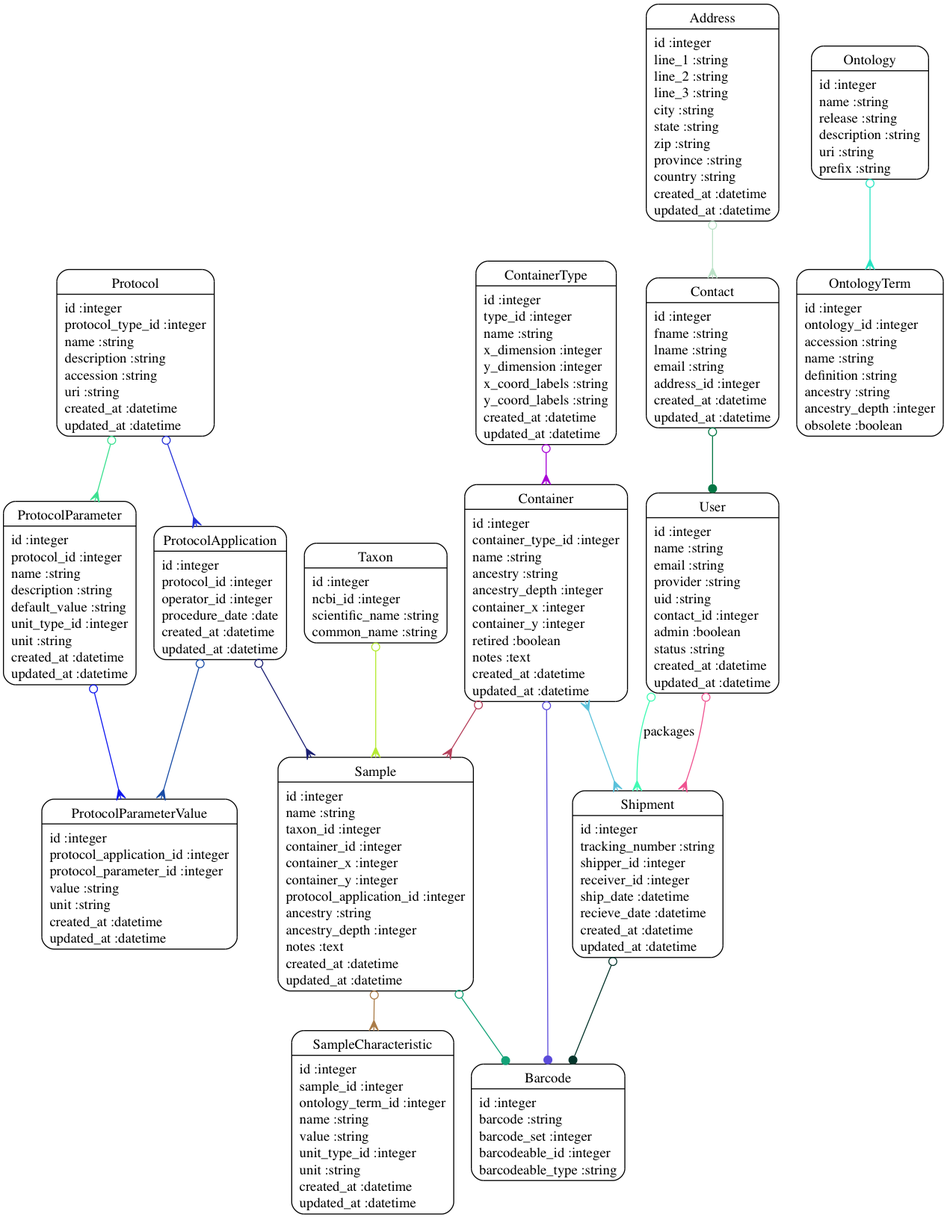
The Graphviz diagram models.png in dimitras/collos, before a commit. Its source is kept beside it as models.dot.
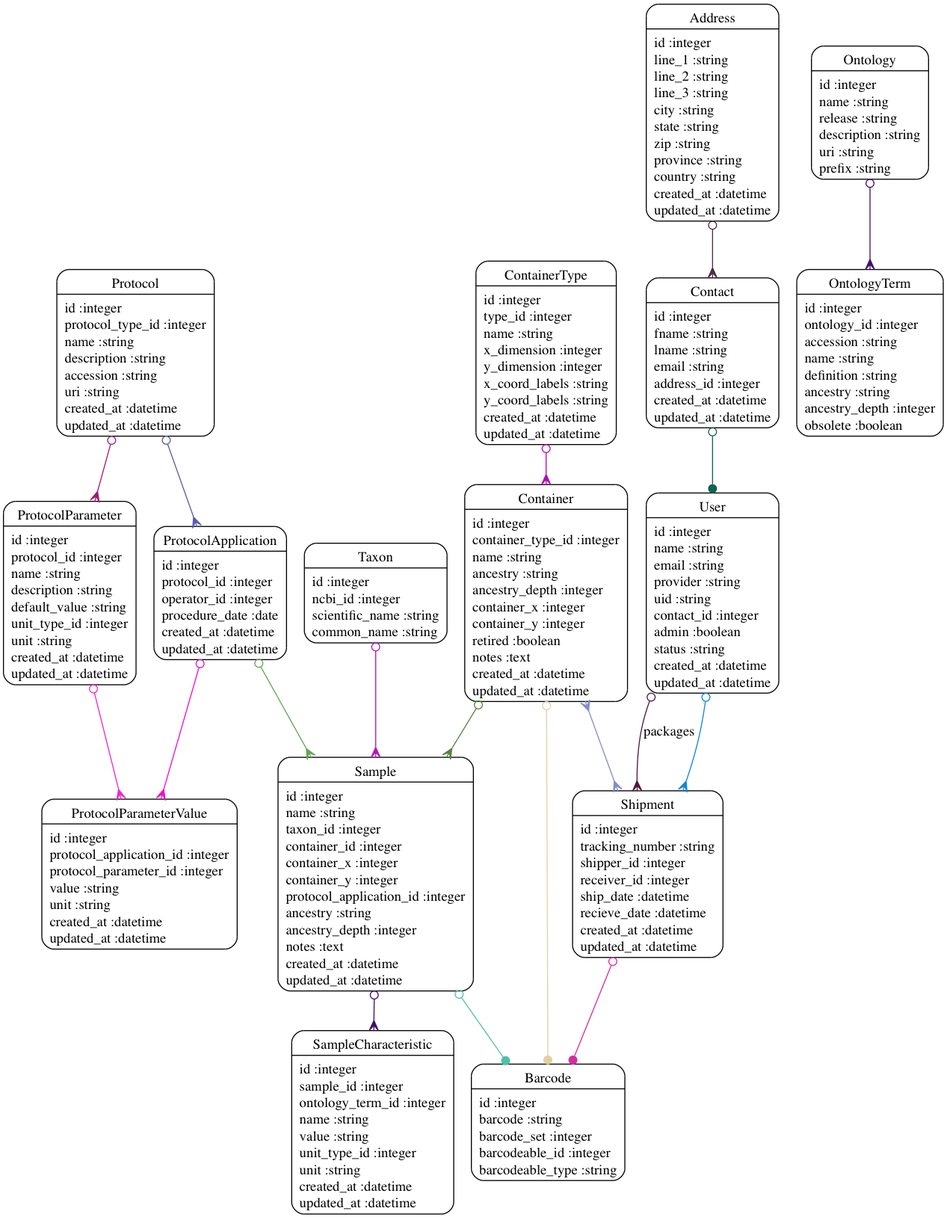
Above is the later version.

Diff of the diagram source:
```diff
@@ -16,22 +16,22 @@
 	"Shipment" [shape=Mrecord, label="{Shipment|id :integer\ltracking_number :string\lshipper_id :integer\lreceiver_id :integer\lship_date :datetime\lrecieve_date :datetime\lcreated_at :datetime\lupdated_at :datetime\l}"]
 	"Taxon" [shape=Mrecord, label="{Taxon|id :integer\lncbi_id :integer\lscientific_name :string\lcommon_name :string\l}"]
 	"User" [shape=Mrecord, label="{User|id :integer\lname :string\lemail :string\lprovider :string\luid :string\lcontact_id :integer\ladmin :boolean\lstatus :string\lcreated_at :datetime\lupdated_at :datetime\l}"]
-	"Address" -> "Contact" [arrowtail=odot, arrowhead=crow, dir=both color="#BBE1C7"]
-	"Contact" -> "User" [arrowtail=odot, arrowhead=dot, dir=both color="#047644"]
-	"Container" -> "Sample" [arrowtail=odot, arrowhead=crow, dir=both color="#B5405B"]
-	"Container" -> "Barcode" [arrowtail=odot, arrowhead=dot, dir=both color="#5B4BDA"]
-	"Container" -> "Shipment" [arrowtail=crow, arrowhead=crow, dir=both color="#59C1DA"]
-	"ContainerType" -> "Container" [arrowtail=odot, arrowhead=crow, dir=both color="#A805D6"]
-	"Ontology" -> "OntologyTerm" [arrowtail=odot, arrowhead=crow, dir=both color="#26E4C2"]
-	"Protocol" -> "ProtocolApplication" [arrowtail=odot, arrowhead=crow, dir=both color="#2531D8"]
-	"Protocol" -> "ProtocolParameter" [arrowtail=odot, arrowhead=crow, dir=both color="#3BE090"]
-	"ProtocolApplication" -> "Sample" [arrowtail=odot, arrowhead=crow, dir=both color="#1A1F72"]
-	"ProtocolApplication" -> "ProtocolParameterValue" [arrowtail=odot, arrowhead=crow, dir=both color="#194CA6"]
-	"ProtocolParameter" -> "ProtocolParameterValue" [arrowtail=odot, arrowhead=crow, dir=both color="#0F18F0"]
-	"Sample" -> "Barcode" [arrowtail=odot, arrowhead=dot, dir=both color="#14A278"]
-	"Sample" -> "SampleCharacteristic" [arrowtail=odot, arrowhead=crow, dir=both color="#AA7C48"]
-	"Shipment" -> "Barcode" [arrowtail=odot, arrowhead=dot, dir=both color="#05352B"]
-	"Taxon" -> "Sample" [arrowtail=odot, arrowhead=crow, dir=both color="#B5EA33"]
-	"User" -> "Shipment" [arrowtail=odot, arrowhead=crow, dir=both color="#EF5391"]
-	"User" -> "Shipment" [label="packages", arrowtail=odot, arrowhead=crow, dir=both color="#40FAB3"]
+	"Address" -> "Contact" [arrowtail=odot, arrowhead=crow, dir=both color="#4C2C42"]
+	"Contact" -> "User" [arrowtail=odot, arrowhead=dot, dir=both color="#0F6450"]
+	"Container" -> "Sample" [arrowtail=odot, arrowhead=crow, dir=both color="#558340"]
+	"Container" -> "Barcode" [arrowtail=odot, arrowhead=dot, dir=both color="#E4CFA4"]
+	"Container" -> "Shipment" [arrowtail=crow, arrowhead=crow, dir=both color="#818DC7"]
+	"ContainerType" -> "Container" [arrowtail=odot, arrowhead=crow, dir=both color="#B10CB6"]
+	"Ontology" -> "OntologyTerm" [arrowtail=odot, arrowhead=crow, dir=both color="#3F0F6C"]
+	"Protocol" -> "ProtocolApplication" [arrowtail=odot, arrowhead=crow, dir=both color="#5A5BA9"]
+	"Protocol" -> "ProtocolParameter" [arrowtail=odot, arrowhead=crow, dir=both color="#9D1D72"]
+	"ProtocolApplication" -> "Sample" [arrowtail=odot, arrowhead=crow, dir=both color="#65A456"]
+	"ProtocolApplication" -> "ProtocolParameterValue" [arrowtail=odot, arrowhead=crow, dir=both color="#EC10CC"]
+	"ProtocolParameter" -> "ProtocolParameterValue" [arrowtail=odot, arrowhead=crow, dir=both color="#F029CB"]
+	"Sample" -> "Barcode" [arrowtail=odot, arrowhead=dot, dir=both color="#52BFA7"]
+	"Sample" -> "SampleCharacteristic" [arrowtail=odot, arrowhead=crow, dir=both color="#400E6B"]
+	"Shipment" -> "Barcode" [arrowtail=odot, arrowhead=dot, dir=both color="#D12F9D"]
+	"Taxon" -> "Sample" [arrowtail=odot, arrowhead=crow, dir=both color="#B219B6"]
+	"User" -> "Shipment" [arrowtail=odot, arrowhead=crow, dir=both color="#1086D4"]
+	"User" -> "Shipment" [label="packages", arrowtail=odot, arrowhead=crow, dir=both color="#51163E"]
 }
```
